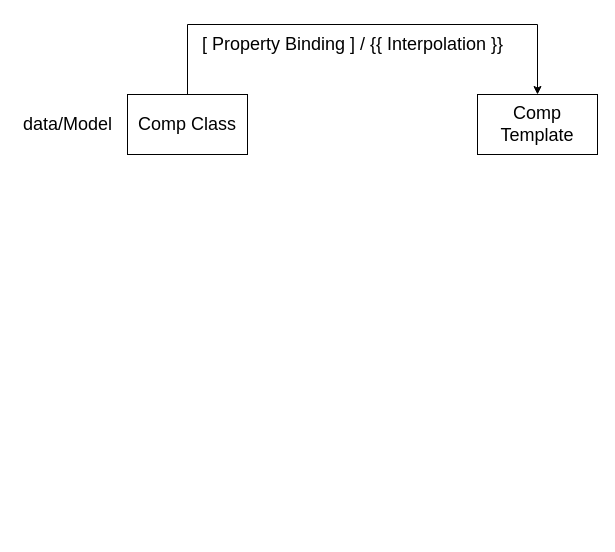
The draw.io diagram page "Page-6" (6 of 7) of full-diagrams.drawio in synergy2411/citiustech-sept21, before the edit. Source tidied: cells renumbered, new cells numbered last; positions are measured from the earlier drawing's top-left corner, leaving out a move shared by most shapes. Both pictures are drawn from the tidied source at 100%, with x=0, y=0 at pixel (17, 24).
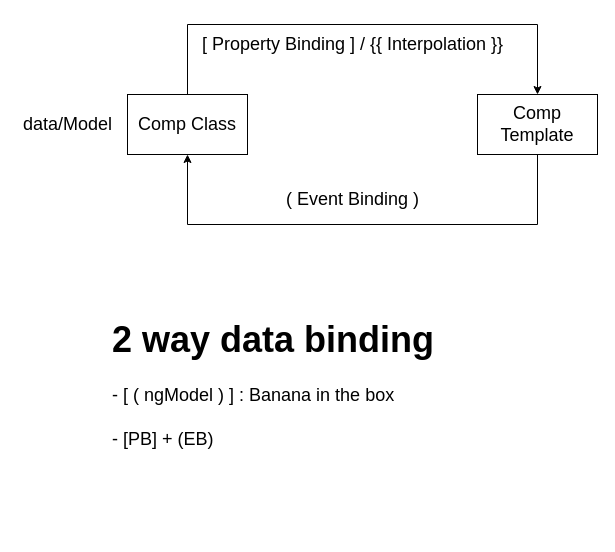
Above is the later version.

Change to the diagram source:
```diff
@@
 <mxGraphModel>
   <root>
     <mxCell id="0" />
     <mxCell id="1" parent="0" />
     <mxCell id="2" style="edgeStyle=orthogonalEdgeStyle;rounded=0;jettySize=auto;html=1;exitX=0.5;exitY=0;exitDx=0;exitDy=0;entryX=0.5;entryY=0;entryDx=0;entryDy=0;fontSize=18;" parent="1" edge="1" source="3" target="4">
       <mxGeometry relative="1" as="geometry">
         <Array as="points">
           <mxPoint x="170" />
           <mxPoint x="520" />
         </Array>
       </mxGeometry>
     </mxCell>
     <mxCell id="3" value="Comp Class" style="rounded=0;whiteSpace=wrap;html=1;fontSize=18;" parent="1" vertex="1">
       <mxGeometry x="110" y="70" width="120" height="60" as="geometry" />
     </mxCell>
+    <mxCell id="7" style="edgeStyle=orthogonalEdgeStyle;rounded=0;jettySize=auto;html=1;exitX=0.5;exitY=1;exitDx=0;exitDy=0;entryX=0.5;entryY=1;entryDx=0;entryDy=0;fontSize=18;" parent="1" edge="1" source="4" target="3">
+      <mxGeometry relative="1" as="geometry">
+        <Array as="points">
+          <mxPoint x="520" y="200" />
+          <mxPoint x="170" y="200" />
+        </Array>
+      </mxGeometry>
+    </mxCell>
     <mxCell id="4" value="Comp Template" style="rounded=0;whiteSpace=wrap;html=1;fontSize=18;" parent="1" vertex="1">
       <mxGeometry x="460" y="70" width="120" height="60" as="geometry" />
     </mxCell>
     <mxCell id="5" value="data/Model" style="text;html=1;align=center;verticalAlign=middle;strokeColor=none;fillColor=none;fontSize=18;" parent="1" vertex="1">
       <mxGeometry y="85" width="100" height="30" as="geometry" />
     </mxCell>
     <mxCell id="6" value="[ Property Binding ] / {{ Interpolation }}" style="text;html=1;align=center;verticalAlign=middle;strokeColor=none;fillColor=none;fontSize=18;" parent="1" vertex="1">
       <mxGeometry x="175" y="5" width="320" height="30" as="geometry" />
     </mxCell>
+    <mxCell id="8" value="( Event Binding )" style="text;html=1;align=center;verticalAlign=middle;strokeColor=none;fillColor=none;fontSize=18;" parent="1" vertex="1">
+      <mxGeometry x="260" y="160" width="150" height="30" as="geometry" />
+    </mxCell>
+    <mxCell id="9" value="&lt;h1&gt;2 way data binding&lt;/h1&gt;&lt;div&gt;- [ ( ngModel ) ] : Banana in the box&lt;/div&gt;&lt;div&gt;&lt;br&gt;&lt;/div&gt;&lt;div&gt;- [PB] + (EB)&lt;/div&gt;" style="text;html=1;strokeColor=none;fillColor=none;spacing=5;spacingTop=-20;whiteSpace=wrap;overflow=hidden;rounded=0;fontSize=18;" parent="1" vertex="1">
+      <mxGeometry x="90" y="280" width="480" height="230" as="geometry" />
+    </mxCell>
   </root>
 </mxGraphModel>
```
